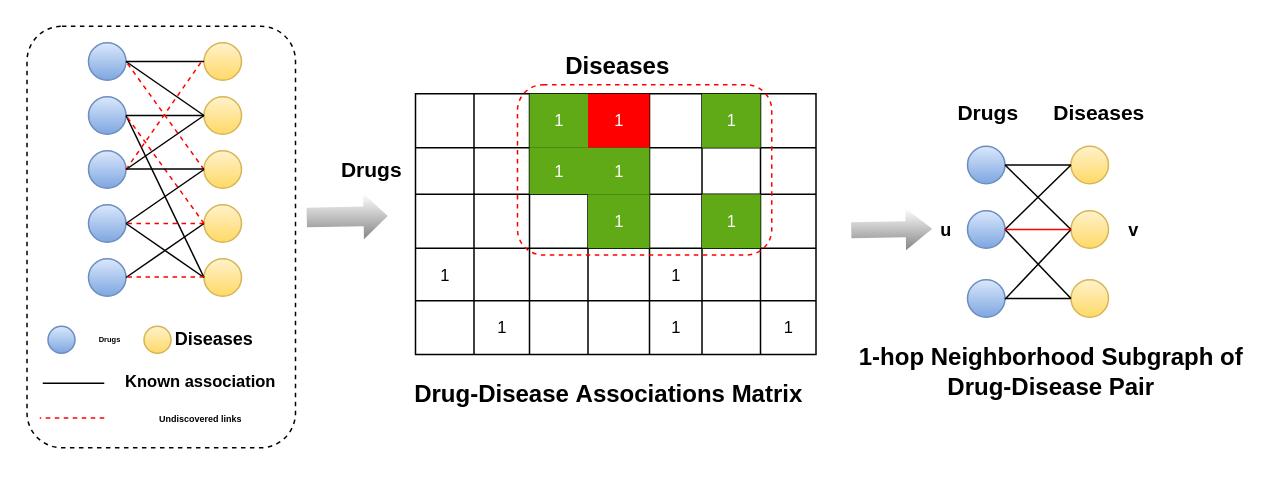
The draw.io diagram page "第 2 页" (2 of 4) of 未命名绘图.drawio in nanfengk/hello-world, before the edit. Source tidied: cells renumbered, new cells numbered last; positions are measured from the earlier drawing's top-left corner, leaving out a move shared by most shapes. Both pictures are drawn from the tidied source at 150%, with x=0, y=0 at pixel (26, 26).
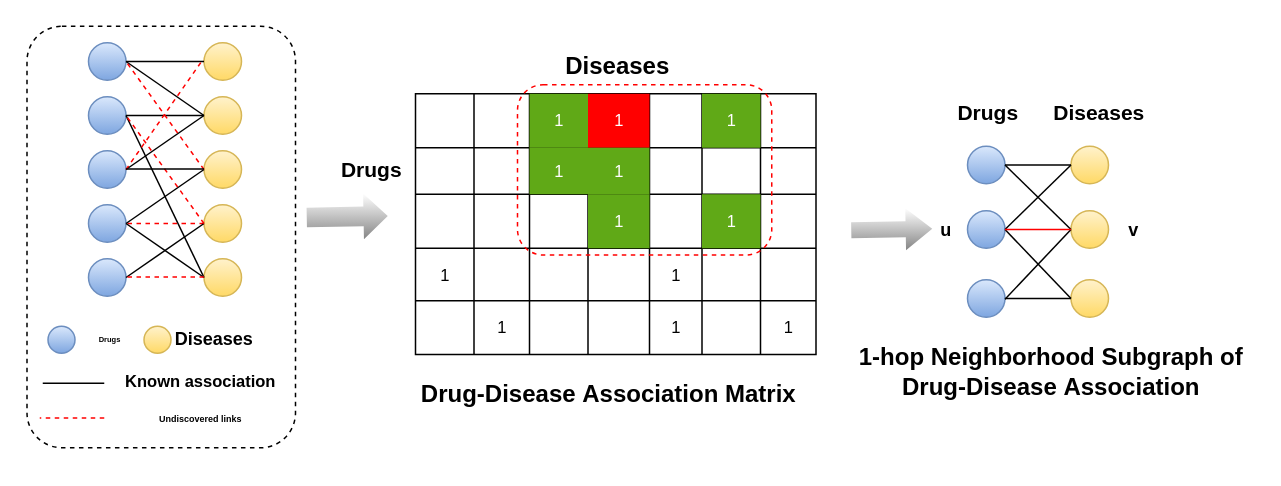
After the change.

Diff of the diagram source:
```diff
@@
-    <mxCell id="79" value="&lt;span lang=&quot;EN-US&quot;&gt;&lt;font&gt;&lt;b&gt;&lt;font style=&quot;font-size: 16px&quot;&gt;Drug-Disease&amp;nbsp;Associations Matrix&lt;/font&gt;&lt;/b&gt;&lt;br&gt;&lt;/font&gt;&lt;/span&gt;" style="text;html=1;align=center;verticalAlign=middle;strokeColor=none;fillColor=none;fontSize=11;" parent="1" vertex="1">
-      <mxGeometry x="253.5" y="235" width="268" height="19" as="geometry" />
+    <mxCell id="79" value="&lt;span lang=&quot;EN-US&quot;&gt;&lt;font&gt;&lt;b&gt;&lt;font style=&quot;font-size: 16px&quot;&gt;Drug-Disease&amp;nbsp;Association Matrix&lt;/font&gt;&lt;/b&gt;&lt;br&gt;&lt;/font&gt;&lt;/span&gt;" style="text;html=1;align=center;verticalAlign=middle;strokeColor=none;fillColor=none;fontSize=11;" parent="1" vertex="1">
+      <mxGeometry x="254.5" y="229" width="267" height="31" as="geometry" />
     </mxCell>
@@
-    <mxCell id="97" value="&lt;b&gt;&lt;font style=&quot;font-size: 16px&quot;&gt;&lt;font color=&quot;#000000&quot;&gt;1-hop&amp;nbsp;&lt;/font&gt;&lt;span style=&quot;color: rgb(0 , 0 , 0)&quot;&gt;Neighborhood Subgraph of &lt;br&gt;Drug-Disease Pair&lt;/span&gt;&lt;/font&gt;&lt;/b&gt;&lt;font color=&quot;#000000&quot;&gt;&lt;br&gt;&lt;/font&gt;" style="text;html=1;align=center;verticalAlign=middle;strokeColor=none;fillColor=none;fontSize=9;fontColor=#FF0000;" parent="1" vertex="1">
-      <mxGeometry x="549.5" y="215" width="266" height="30" as="geometry" />
+    <mxCell id="97" value="&lt;b&gt;&lt;font style=&quot;font-size: 16px&quot;&gt;&lt;font color=&quot;#000000&quot;&gt;1-hop&amp;nbsp;&lt;/font&gt;&lt;span style=&quot;color: rgb(0 , 0 , 0)&quot;&gt;Neighborhood Subgraph of &lt;br&gt;Drug-Disease&amp;nbsp;&lt;/span&gt;&lt;/font&gt;&lt;/b&gt;&lt;b style=&quot;color: rgb(0, 0, 0); font-size: 11px;&quot;&gt;&lt;font style=&quot;font-size: 16px;&quot;&gt;Association&lt;/font&gt;&lt;/b&gt;&lt;font color=&quot;#000000&quot;&gt;&lt;br&gt;&lt;/font&gt;" style="text;html=1;align=center;verticalAlign=middle;strokeColor=none;fillColor=none;fontSize=9;fontColor=#FF0000;" parent="1" vertex="1">
+      <mxGeometry x="545.5" y="205" width="274" height="50" as="geometry" />
     </mxCell>
```
